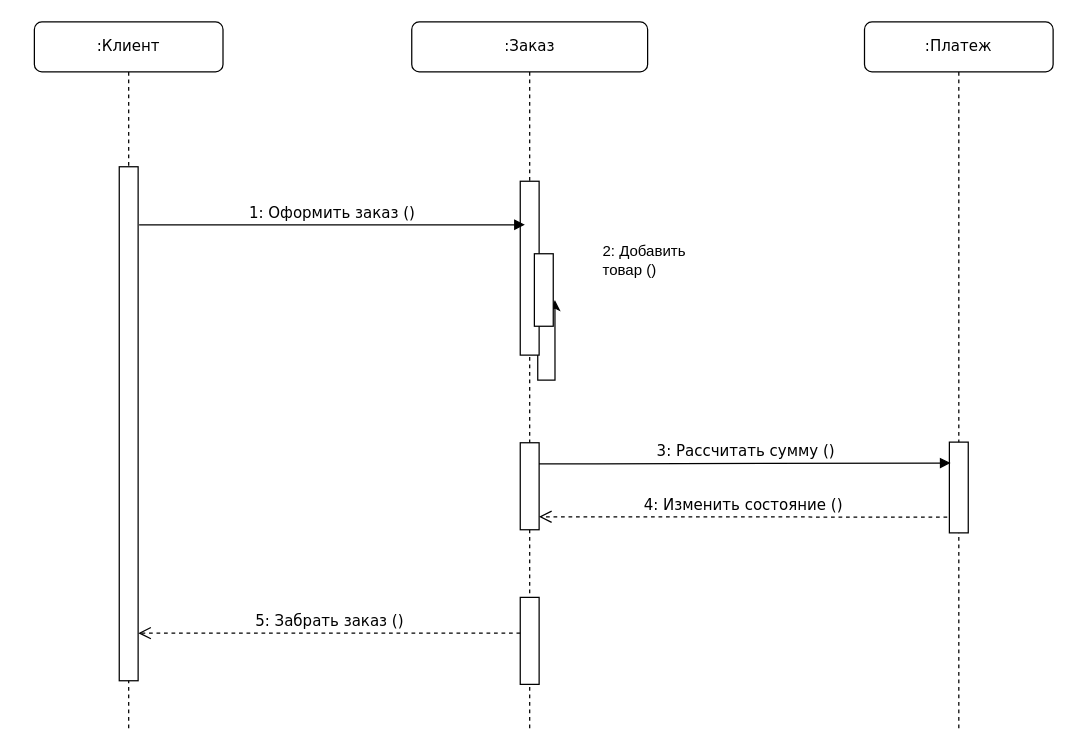
Earlier version of the draw.io diagram дгрмм последовательности.drawio (Ksenix-CopLLeRe/preparation). Source tidied: cells renumbered, new cells numbered last; positions are measured from the earlier drawing's top-left corner, leaving out a move shared by most shapes. Both pictures are drawn from the tidied source at 125%, with x=0, y=0 at pixel (34, 21).
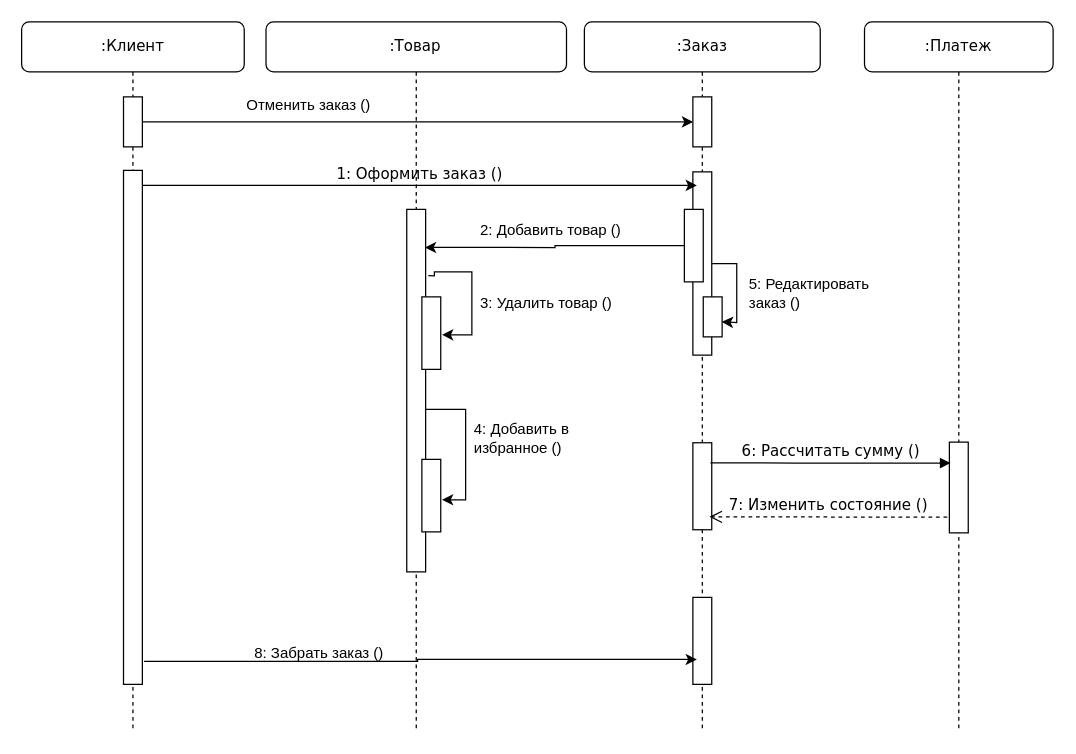
The same diagram, later.

Unchanged cells that the change refers to:
```xml
<mxCell id="2" style="group;" parent="1" vertex="1">
  <mxGeometry width="815" height="568" as="geometry" />
</mxCell>
<mxCell id="7" style="html=1;points=[];perimeter=orthogonalPerimeter;rounded=0;shadow=0;comic=0;labelBackgroundColor=none;strokeWidth=1;fontFamily=Verdana;fontSize=12;align=center;" parent="3" vertex="1">
  <mxGeometry x="86.8" y="336.7" width="15.1" height="69.6" as="geometry" />
</mxCell>
<mxCell id="8" style="html=1;points=[];perimeter=orthogonalPerimeter;rounded=0;shadow=0;comic=0;labelBackgroundColor=none;strokeWidth=1;fontFamily=Verdana;fontSize=12;align=center;" parent="3" vertex="1">
  <mxGeometry x="86.8" y="460.4" width="15.1" height="69.6" as="geometry" />
</mxCell>
```

What changed in the source:
```diff
@@
     <mxCell id="3" value=":Заказ" style="shape=umlLifeline;perimeter=lifelinePerimeter;whiteSpace=wrap;html=1;rounded=1;shadow=0;comic=0;labelBackgroundColor=none;strokeWidth=1;fontFamily=Verdana;fontSize=12;align=center;" parent="2" vertex="1">
-      <mxGeometry x="301.9" width="188.7" height="568" as="geometry" />
+      <mxGeometry x="440" width="188.7" height="568" as="geometry" />
     </mxCell>
-    <mxCell id="4" style="edgeStyle=orthogonalEdgeStyle;rounded=0;jettySize=auto;html=1;exitX=0.924;exitY=0.223;exitDx=0;exitDy=0;exitPerimeter=0;entryX=1.09;entryY=0.639;entryDx=0;entryDy=0;entryPerimeter=0;" parent="3" edge="1" source="5" target="6">
-      <mxGeometry relative="1" as="geometry" />
-    </mxCell>
     <mxCell id="5" style="html=1;points=[];perimeter=orthogonalPerimeter;rounded=0;shadow=0;comic=0;labelBackgroundColor=none;strokeWidth=1;fontFamily=Verdana;fontSize=12;align=center;" parent="3" vertex="1">
-      <mxGeometry x="86.8" y="127.5" width="15.1" height="139.1" as="geometry" />
+      <mxGeometry x="86.8" y="120" width="15.1" height="146.6" as="geometry" />
     </mxCell>
-    <mxCell id="6" style="html=1;points=[];perimeter=orthogonalPerimeter;rounded=0;shadow=0;comic=0;labelBackgroundColor=none;strokeWidth=1;fontFamily=Verdana;fontSize=12;align=center;" parent="3" vertex="1">
-      <mxGeometry x="98.1" y="185.5" width="15.1" height="58" as="geometry" />
-    </mxCell>
@@
-    <mxCell id="9" value="5: Забрать заказ ()" style="html=1;verticalAlign=bottom;endArrow=open;dashed=1;endSize=8;labelBackgroundColor=none;fontFamily=Verdana;fontSize=12;edgeStyle=elbowEdgeStyle;elbow=vertical;" parent="3" edge="1" source="8">
-      <mxGeometry relative="1" as="geometry">
-        <mxPoint x="-218.8" y="489.4" as="targetPoint" />
-      </mxGeometry>
-    </mxCell>
+    <mxCell id="14" value="1: Оформить заказ ()" style="html=1;verticalAlign=bottom;endArrow=classic;labelBackgroundColor=none;fontFamily=Verdana;fontSize=12;edgeStyle=elbowEdgeStyle;elbow=vertical;exitX=1.5;exitY=0.091;exitDx=0;exitDy=0;exitPerimeter=0;endFill=1;entryX=0.213;entryY=0.068;entryDx=0;entryDy=0;entryPerimeter=0;" parent="3" edge="1" target="5">
+      <mxGeometry relative="1" as="geometry">
+        <mxPoint x="-356.2" y="130.8" as="sourcePoint" />
+        <Array as="points">
+          <mxPoint x="-341.1" y="130.8" />
+          <mxPoint x="-265.7" y="130.8" />
+        </Array>
+      </mxGeometry>
+    </mxCell>
@@
     <mxCell id="12" value=":Клиент" style="shape=umlLifeline;perimeter=lifelinePerimeter;whiteSpace=wrap;html=1;rounded=1;shadow=0;comic=0;labelBackgroundColor=none;strokeWidth=1;fontFamily=Verdana;fontSize=12;align=center;" parent="2" vertex="1">
-      <mxGeometry width="150.9" height="568" as="geometry" />
+      <mxGeometry x="-10.2" width="178.1" height="568" as="geometry" />
     </mxCell>
-    <mxCell id="13" style="html=1;points=[];perimeter=orthogonalPerimeter;rounded=0;shadow=0;comic=0;labelBackgroundColor=none;strokeWidth=1;fontFamily=Verdana;fontSize=12;align=center;" parent="12" vertex="1">
-      <mxGeometry x="67.9" y="115.9" width="15.1" height="411.2" as="geometry" />
-    </mxCell>
-    <mxCell id="14" value="1: Оформить заказ ()" style="html=1;verticalAlign=bottom;endArrow=block;labelBackgroundColor=none;fontFamily=Verdana;fontSize=12;edgeStyle=elbowEdgeStyle;elbow=vertical;exitX=1.5;exitY=0.091;exitDx=0;exitDy=0;exitPerimeter=0;" parent="12" edge="1">
-      <mxGeometry relative="1" as="geometry">
-        <mxPoint x="83.8" y="162.3" as="sourcePoint" />
-        <mxPoint x="392.4" y="162.3" as="targetPoint" />
-        <Array as="points">
-          <mxPoint x="98.9" y="162.3" />
-          <mxPoint x="174.3" y="162.3" />
-        </Array>
-      </mxGeometry>
-    </mxCell>
-    <mxCell id="15" value="2: Добавить&amp;nbsp;&lt;div&gt;товар ()&lt;/div&gt;" style="text;strokeColor=none;align=left;fillColor=none;html=1;verticalAlign=middle;whiteSpace=wrap;rounded=0;" parent="2" vertex="1">
-      <mxGeometry x="452.8" y="173.9" width="120.7" height="34.8" as="geometry" />
+    <mxCell id="15" value="2: Добавить&amp;nbsp;&lt;span style=&quot;background-color: initial;&quot;&gt;товар ()&lt;/span&gt;" style="text;strokeColor=none;align=left;fillColor=none;html=1;verticalAlign=middle;whiteSpace=wrap;rounded=0;" parent="2" vertex="1">
+      <mxGeometry x="355" y="150" width="130" height="34.8" as="geometry" />
     </mxCell>
-    <mxCell id="16" value="4: Изменить состояние ()" style="html=1;verticalAlign=bottom;endArrow=open;dashed=1;endSize=8;exitX=-0.1;exitY=0.573;labelBackgroundColor=none;fontFamily=Verdana;fontSize=12;exitDx=0;exitDy=0;exitPerimeter=0;entryX=1.01;entryY=0.666;entryDx=0;entryDy=0;entryPerimeter=0;" parent="2" edge="1">
+    <mxCell id="16" value="7: Изменить состояние ()" style="html=1;verticalAlign=bottom;endArrow=open;dashed=1;endSize=8;exitX=-0.1;exitY=0.573;labelBackgroundColor=none;fontFamily=Verdana;fontSize=12;exitDx=0;exitDy=0;exitPerimeter=0;" parent="2" edge="1">
       <mxGeometry relative="1" as="geometry">
         <mxPoint x="730.3" y="396.2" as="sourcePoint" />
-        <mxPoint x="403.7" y="395.9" as="targetPoint" />
+        <mxPoint x="540" y="396" as="targetPoint" />
       </mxGeometry>
     </mxCell>
-    <mxCell id="17" value="3: Рассчитать сумму ()" style="html=1;verticalAlign=bottom;endArrow=block;labelBackgroundColor=none;fontFamily=Verdana;fontSize=12;entryX=-0.086;entryY=0.496;entryDx=0;entryDy=0;entryPerimeter=0;" parent="2" edge="1">
+    <mxCell id="17" value="6: Рассчитать сумму ()" style="html=1;verticalAlign=bottom;endArrow=block;labelBackgroundColor=none;fontFamily=Verdana;fontSize=12;entryX=-0.086;entryY=0.496;entryDx=0;entryDy=0;entryPerimeter=0;exitX=0.932;exitY=0.231;exitDx=0;exitDy=0;exitPerimeter=0;" parent="2" edge="1" source="7">
       <mxGeometry relative="1" as="geometry">
-        <mxPoint x="403.7" y="353.6" as="sourcePoint" />
         <mxPoint x="733" y="352.9" as="targetPoint" />
         <Array as="points">
-          <mxPoint x="439.9" y="353.6" />
+          <mxPoint x="620" y="353" />
         </Array>
       </mxGeometry>
     </mxCell>
+    <mxCell id="18" value=":Товар" style="shape=umlLifeline;perimeter=lifelinePerimeter;whiteSpace=wrap;html=1;rounded=1;shadow=0;comic=0;labelBackgroundColor=none;strokeWidth=1;fontFamily=Verdana;fontSize=12;align=center;" parent="2" vertex="1">
+      <mxGeometry x="185.3" width="240.4" height="568" as="geometry" />
+    </mxCell>
+    <mxCell id="19" style="edgeStyle=orthogonalEdgeStyle;rounded=0;jettySize=auto;html=1;entryX=0.963;entryY=0.105;entryDx=0;entryDy=0;entryPerimeter=0;" parent="2" edge="1" source="6" target="22">
+      <mxGeometry relative="1" as="geometry" />
+    </mxCell>
+    <mxCell id="6" style="html=1;points=[];perimeter=orthogonalPerimeter;rounded=0;shadow=0;comic=0;labelBackgroundColor=none;strokeWidth=1;fontFamily=Verdana;fontSize=12;align=center;" parent="2" vertex="1">
+      <mxGeometry x="520" y="150" width="15.1" height="58" as="geometry" />
+    </mxCell>
+    <mxCell id="20" style="edgeStyle=orthogonalEdgeStyle;rounded=0;jettySize=auto;html=1;exitX=1.143;exitY=0.183;exitDx=0;exitDy=0;exitPerimeter=0;entryX=1.069;entryY=0.524;entryDx=0;entryDy=0;entryPerimeter=0;" parent="2" edge="1" source="22" target="23">
+      <mxGeometry relative="1" as="geometry">
+        <Array as="points">
+          <mxPoint x="320" y="203" />
+          <mxPoint x="320" y="200" />
+          <mxPoint x="350" y="200" />
+          <mxPoint x="350" y="250" />
+        </Array>
+      </mxGeometry>
+    </mxCell>
+    <mxCell id="21" style="edgeStyle=orthogonalEdgeStyle;rounded=0;jettySize=auto;html=1;entryX=1.066;entryY=0.557;entryDx=0;entryDy=0;entryPerimeter=0;" parent="2" edge="1" source="22" target="25">
+      <mxGeometry relative="1" as="geometry">
+        <Array as="points">
+          <mxPoint x="345" y="310" />
+          <mxPoint x="345" y="382" />
+        </Array>
+      </mxGeometry>
+    </mxCell>
+    <mxCell id="22" style="html=1;points=[];perimeter=orthogonalPerimeter;rounded=0;shadow=0;comic=0;labelBackgroundColor=none;strokeWidth=1;fontFamily=Verdana;fontSize=12;align=center;" parent="2" vertex="1">
+      <mxGeometry x="297.9" y="150" width="15.1" height="290" as="geometry" />
+    </mxCell>
+    <mxCell id="23" style="html=1;points=[];perimeter=orthogonalPerimeter;rounded=0;shadow=0;comic=0;labelBackgroundColor=none;strokeWidth=1;fontFamily=Verdana;fontSize=12;align=center;" parent="2" vertex="1">
+      <mxGeometry x="310" y="220" width="15.1" height="58" as="geometry" />
+    </mxCell>
+    <mxCell id="24" value="3: Удалить&amp;nbsp;&lt;span style=&quot;background-color: initial;&quot;&gt;товар ()&lt;/span&gt;" style="text;strokeColor=none;align=left;fillColor=none;html=1;verticalAlign=middle;whiteSpace=wrap;rounded=0;" parent="2" vertex="1">
+      <mxGeometry x="355" y="208" width="130" height="34.8" as="geometry" />
+    </mxCell>
+    <mxCell id="25" style="html=1;points=[];perimeter=orthogonalPerimeter;rounded=0;shadow=0;comic=0;labelBackgroundColor=none;strokeWidth=1;fontFamily=Verdana;fontSize=12;align=center;" parent="2" vertex="1">
+      <mxGeometry x="310" y="350" width="15.1" height="58" as="geometry" />
+    </mxCell>
+    <mxCell id="26" value="4: Добавить в избранное ()" style="text;strokeColor=none;align=left;fillColor=none;html=1;verticalAlign=middle;whiteSpace=wrap;rounded=0;" parent="2" vertex="1">
+      <mxGeometry x="350" y="315.2" width="130" height="34.8" as="geometry" />
+    </mxCell>
+    <mxCell id="27" style="html=1;perimeter=orthogonalPerimeter;rounded=0;shadow=0;comic=0;labelBackgroundColor=none;strokeWidth=1;fontFamily=Verdana;fontSize=12;align=center;" parent="2" vertex="1">
+      <mxGeometry x="535.1" y="220" width="15.1" height="32" as="geometry" />
+    </mxCell>
+    <mxCell id="28" value="5: Редактировать заказ ()" style="text;strokeColor=none;align=left;fillColor=none;html=1;verticalAlign=middle;whiteSpace=wrap;rounded=0;" parent="2" vertex="1">
+      <mxGeometry x="570" y="200" width="130" height="34.8" as="geometry" />
+    </mxCell>
+    <mxCell id="29" style="edgeStyle=orthogonalEdgeStyle;rounded=0;jettySize=auto;html=1;" parent="2" edge="1" source="5">
+      <mxGeometry relative="1" as="geometry">
+        <mxPoint x="550" y="240" as="targetPoint" />
+      </mxGeometry>
+    </mxCell>
+    <mxCell id="30" style="html=1;perimeter=orthogonalPerimeter;rounded=0;shadow=0;comic=0;labelBackgroundColor=none;strokeWidth=1;fontFamily=Verdana;fontSize=12;align=center;" parent="2" vertex="1">
+      <mxGeometry x="526.8" y="60" width="15.1" height="40" as="geometry" />
+    </mxCell>
+    <mxCell id="31" style="edgeStyle=orthogonalEdgeStyle;rounded=0;jettySize=auto;html=1;endArrow=classic;endFill=1;" parent="2" edge="1" source="32">
+      <mxGeometry relative="1" as="geometry">
+        <mxPoint x="527" y="80" as="targetPoint" />
+      </mxGeometry>
+    </mxCell>
+    <mxCell id="32" style="html=1;points=[];perimeter=orthogonalPerimeter;rounded=0;shadow=0;comic=0;labelBackgroundColor=none;strokeWidth=1;fontFamily=Verdana;fontSize=12;align=center;" parent="2" vertex="1">
+      <mxGeometry x="71.3" y="60" width="15.1" height="40" as="geometry" />
+    </mxCell>
+    <mxCell id="33" value="Отменить заказ ()" style="text;strokeColor=none;align=left;fillColor=none;html=1;verticalAlign=middle;whiteSpace=wrap;rounded=0;" parent="2" vertex="1">
+      <mxGeometry x="167.9" y="50" width="130" height="34.8" as="geometry" />
+    </mxCell>
+    <mxCell id="34" style="edgeStyle=orthogonalEdgeStyle;rounded=0;jettySize=auto;html=1;entryX=0.213;entryY=0.713;entryDx=0;entryDy=0;entryPerimeter=0;exitX=1.09;exitY=0.955;exitDx=0;exitDy=0;exitPerimeter=0;" parent="2" edge="1" source="13" target="8">
+      <mxGeometry relative="1" as="geometry" />
+    </mxCell>
+    <mxCell id="13" style="html=1;points=[];perimeter=orthogonalPerimeter;rounded=0;shadow=0;comic=0;labelBackgroundColor=none;strokeWidth=1;fontFamily=Verdana;fontSize=12;align=center;" parent="2" vertex="1">
+      <mxGeometry x="71.3" y="118.8" width="15.1" height="411.2" as="geometry" />
+    </mxCell>
+    <mxCell id="35" value="8: Забрать заказ ()" style="text;strokeColor=none;align=center;fillColor=none;html=1;verticalAlign=middle;whiteSpace=wrap;rounded=0;" parent="2" vertex="1">
+      <mxGeometry x="167.9" y="490" width="120" height="30" as="geometry" />
+    </mxCell>
```
